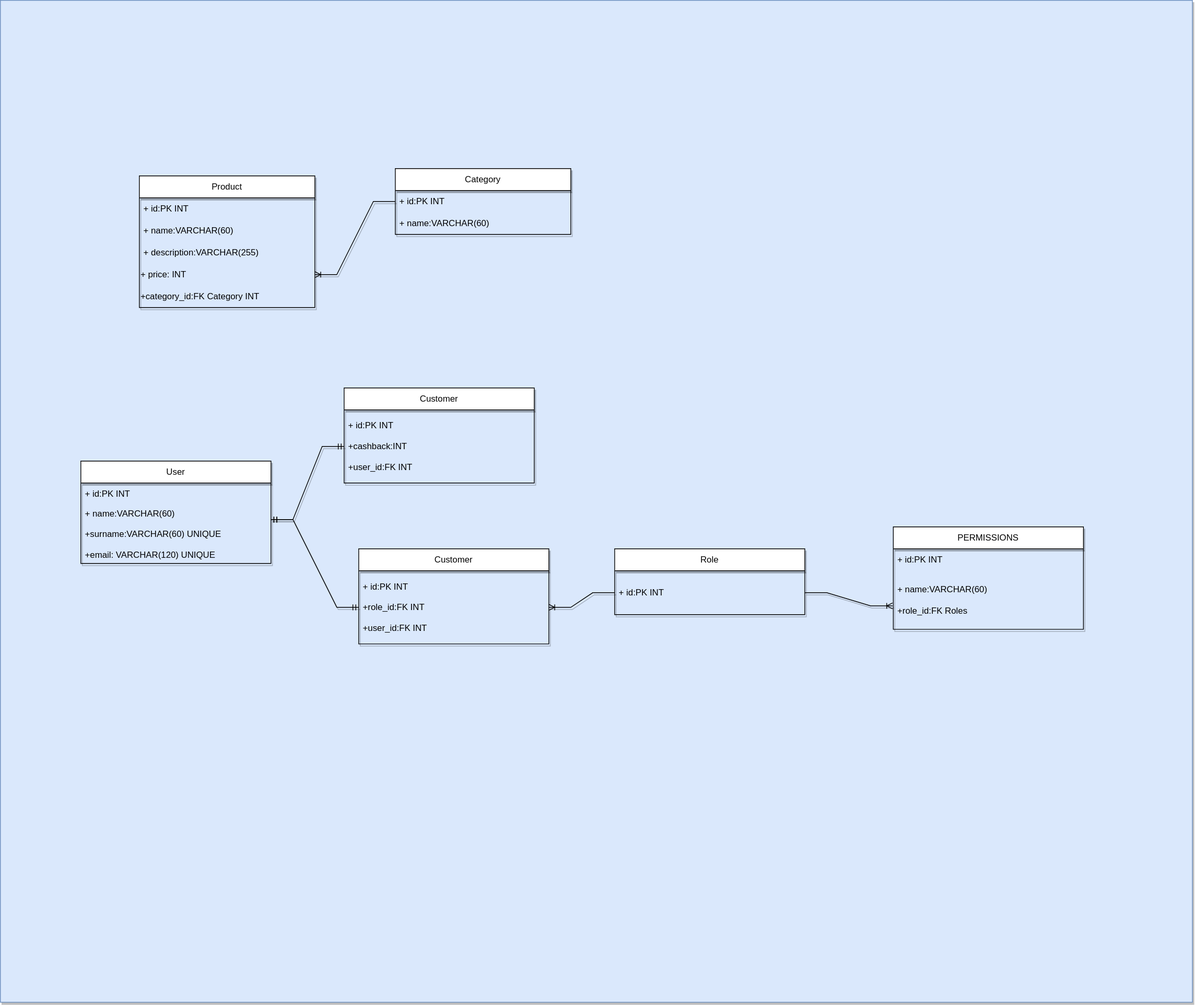
The draw.io diagram diagramma.svg in alua1603/alua-backend-g2, before a commit. Source tidied: cells renumbered, new cells last; positions are measured from the earlier drawing's top-left corner, leaving out a move shared by most shapes.
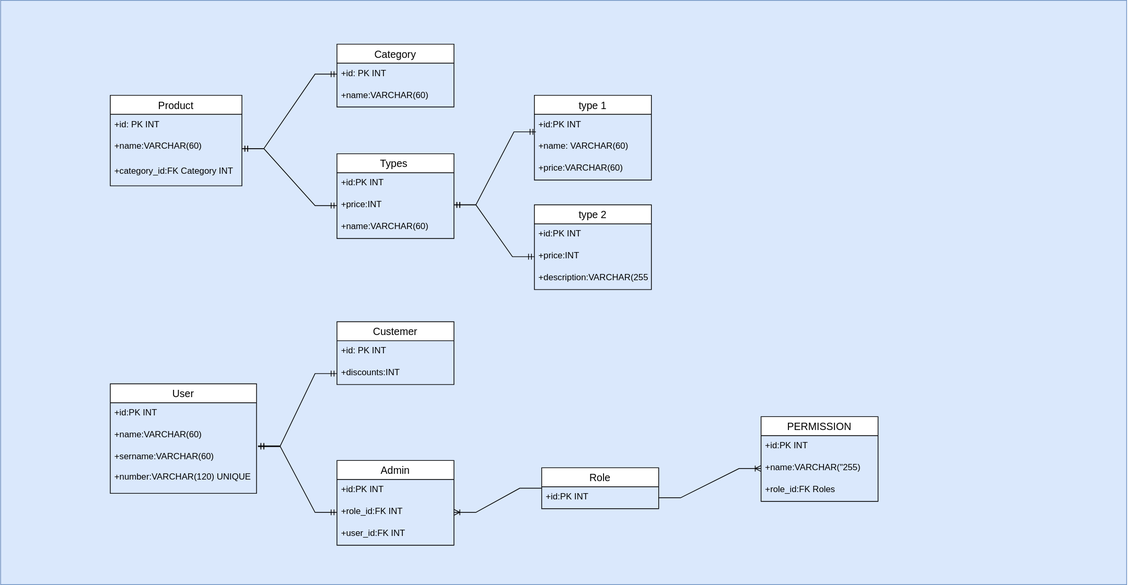
After the change.

Change to the diagram source:
```diff
@@ -2,91 +2,144 @@
   <root>
     <mxCell id="0" />
     <mxCell id="1" parent="0" />
-    <mxCell id="2" style="rounded=0;whiteSpace=wrap;html=1;fillColor=#dae8fc;strokeColor=#6c8ebf;shadow=1;" parent="1" vertex="1">
-      <mxGeometry width="1630" height="1370" as="geometry" />
-    </mxCell>
+    <mxCell id="29" style="rounded=0;whiteSpace=wrap;html=1;fillColor=#dae8fc;strokeColor=#6c8ebf;" parent="1" vertex="1">
+      <mxGeometry x="-50" y="-840" width="1540" height="800" as="geometry" />
+    </mxCell>
-    <mxCell id="3" value="Product" style="swimlane;fontStyle=0;horizontal=1;startSize=30;whiteSpace=wrap;html=1;shadow=1;" parent="1" vertex="1">
-      <mxGeometry x="190" y="240" width="240" height="180" as="geometry" />
+    <mxCell id="3" value="Product" style="swimlane;fontStyle=0;horizontal=1;startSize=26;align=center;fontSize=14;" parent="1" vertex="1">
+      <mxGeometry x="100" y="-710" width="180" height="124" as="geometry" />
     </mxCell>
-    <mxCell id="4" value="+ id:PK INT" style="text;strokeColor=none;fillColor=none;align=left;verticalAlign=middle;spacingLeft=4;spacingRight=4;overflow=hidden;whiteSpace=wrap;html=1;shadow=1;" parent="3" vertex="1">
-      <mxGeometry y="30" width="240" height="30" as="geometry" />
-    </mxCell>
-    <mxCell id="5" value="+ name:VARCHAR(60)" style="text;strokeColor=none;fillColor=none;align=left;verticalAlign=middle;spacingLeft=4;spacingRight=4;overflow=hidden;whiteSpace=wrap;html=1;shadow=1;" parent="3" vertex="1">
-      <mxGeometry y="60" width="240" height="30" as="geometry" />
-    </mxCell>
-    <mxCell id="6" value="+ description:VARCHAR(255)" style="text;strokeColor=none;fillColor=none;align=left;verticalAlign=middle;spacingLeft=4;spacingRight=4;overflow=hidden;whiteSpace=wrap;html=1;shadow=1;" parent="3" vertex="1">
-      <mxGeometry y="90" width="240" height="30" as="geometry" />
-    </mxCell>
-    <mxCell id="7" value="+ price: INT" style="text;strokeColor=none;align=left;fillColor=none;html=1;verticalAlign=middle;whiteSpace=wrap;rounded=0;shadow=1;" parent="3" vertex="1">
-      <mxGeometry y="120" width="240" height="30" as="geometry" />
-    </mxCell>
+    <mxCell id="30" value="+id: PK INT" style="text;strokeColor=none;fillColor=none;spacingLeft=4;spacingRight=4;overflow=hidden;fontSize=12;" parent="3" vertex="1">
+      <mxGeometry y="26" width="180" height="30" as="geometry" />
+    </mxCell>
+    <mxCell id="31" value="+name:VARCHAR(60)&#10;" style="text;strokeColor=none;fillColor=none;spacingLeft=4;spacingRight=4;overflow=hidden;points=[[0,0.5],[1,0.5]];portConstraint=eastwest;fontSize=12;" parent="3" vertex="1">
+      <mxGeometry y="56" width="180" height="34" as="geometry" />
+    </mxCell>
-    <mxCell id="8" value="+category_id:FK Category INT" style="text;strokeColor=none;align=left;fillColor=none;html=1;verticalAlign=middle;whiteSpace=wrap;rounded=0;shadow=1;" parent="3" vertex="1">
-      <mxGeometry y="150" width="240" height="30" as="geometry" />
+    <mxCell id="8" value="+category_id:FK Category INT" style="text;strokeColor=none;fillColor=none;spacingLeft=4;spacingRight=4;overflow=hidden;fontSize=12;" parent="3" vertex="1">
+      <mxGeometry y="90" width="180" height="34" as="geometry" />
     </mxCell>
-    <mxCell id="9" value="Category" style="swimlane;fontStyle=0;horizontal=1;startSize=30;whiteSpace=wrap;html=1;shadow=1;" parent="1" vertex="1">
-      <mxGeometry x="540" y="230" width="240" height="90" as="geometry" />
+    <mxCell id="9" value="Category" style="swimlane;fontStyle=0;horizontal=1;startSize=26;align=center;fontSize=14;" parent="1" vertex="1">
+      <mxGeometry x="410" y="-780" width="160" height="86" as="geometry" />
     </mxCell>
-    <mxCell id="10" value="+ id:PK INT" style="text;strokeColor=none;fillColor=none;align=left;verticalAlign=middle;spacingLeft=4;spacingRight=4;overflow=hidden;points=[[0,0.5],[1,0.5]];portConstraint=eastwest;whiteSpace=wrap;html=1;shadow=1;" parent="9" vertex="1">
-      <mxGeometry y="30" width="240" height="30" as="geometry" />
-    </mxCell>
-    <mxCell id="11" value="+ name:VARCHAR(60)" style="text;strokeColor=none;fillColor=none;align=left;verticalAlign=middle;spacingLeft=4;spacingRight=4;overflow=hidden;whiteSpace=wrap;html=1;shadow=1;" parent="9" vertex="1">
-      <mxGeometry y="60" width="240" height="30" as="geometry" />
-    </mxCell>
-    <mxCell id="12" style="edgeStyle=entityRelationEdgeStyle;fontSize=12;html=1;endArrow=ERoneToMany;rounded=0;elbow=vertical;exitX=0;exitY=0.5;exitDx=0;exitDy=0;shadow=1;" parent="1" edge="1" source="10" target="7">
-      <mxGeometry relative="1" as="geometry" />
-    </mxCell>
+    <mxCell id="32" value="+id: PK INT" style="text;strokeColor=none;fillColor=none;spacingLeft=4;spacingRight=4;overflow=hidden;points=[[0,0.5],[1,0.5]];portConstraint=eastwest;fontSize=12;" parent="9" vertex="1">
+      <mxGeometry y="26" width="160" height="30" as="geometry" />
+    </mxCell>
+    <mxCell id="33" value="+name:VARCHAR(60)" style="text;strokeColor=none;fillColor=none;spacingLeft=4;spacingRight=4;overflow=hidden;fontSize=12;" parent="9" vertex="1">
+      <mxGeometry y="56" width="160" height="30" as="geometry" />
+    </mxCell>
+    <mxCell id="34" value="Types " style="swimlane;fontStyle=0;horizontal=1;startSize=26;align=center;fontSize=14;" parent="1" vertex="1">
+      <mxGeometry x="410" y="-630" width="160" height="116" as="geometry" />
+    </mxCell>
+    <mxCell id="35" value="+id:PK INT" style="text;strokeColor=none;fillColor=none;spacingLeft=4;spacingRight=4;overflow=hidden;fontSize=12;" parent="34" vertex="1">
+      <mxGeometry y="26" width="160" height="30" as="geometry" />
+    </mxCell>
+    <mxCell id="36" value="+price:INT" style="text;strokeColor=none;fillColor=none;spacingLeft=4;spacingRight=4;overflow=hidden;points=[[0,0.5],[1,0.5]];portConstraint=eastwest;fontSize=12;" parent="34" vertex="1">
+      <mxGeometry y="56" width="160" height="30" as="geometry" />
+    </mxCell>
+    <mxCell id="37" value="+name:VARCHAR(60)&#10;&#10;+" style="text;strokeColor=none;fillColor=none;spacingLeft=4;spacingRight=4;overflow=hidden;fontSize=12;" parent="34" vertex="1">
+      <mxGeometry y="86" width="160" height="30" as="geometry" />
+    </mxCell>
+    <mxCell id="38" value="type 1" style="swimlane;fontStyle=0;horizontal=1;startSize=26;align=center;fontSize=14;" parent="1" vertex="1">
+      <mxGeometry x="680" y="-710" width="160" height="116" as="geometry" />
+    </mxCell>
+    <mxCell id="39" value="+id:PK INT" style="text;strokeColor=none;fillColor=none;spacingLeft=4;spacingRight=4;overflow=hidden;points=[[0,0.5],[1,0.5]];portConstraint=eastwest;fontSize=12;" parent="38" vertex="1">
+      <mxGeometry y="26" width="160" height="30" as="geometry" />
+    </mxCell>
+    <mxCell id="40" value="+name: VARCHAR(60)" style="text;strokeColor=none;fillColor=none;spacingLeft=4;spacingRight=4;overflow=hidden;fontSize=12;" parent="38" vertex="1">
+      <mxGeometry y="56" width="160" height="30" as="geometry" />
+    </mxCell>
+    <mxCell id="41" value="+price:VARCHAR(60)" style="text;strokeColor=none;fillColor=none;spacingLeft=4;spacingRight=4;overflow=hidden;fontSize=12;" parent="38" vertex="1">
+      <mxGeometry y="86" width="160" height="30" as="geometry" />
+    </mxCell>
+    <mxCell id="42" value="type 2" style="swimlane;fontStyle=0;horizontal=1;startSize=26;align=center;fontSize=14;" parent="1" vertex="1">
+      <mxGeometry x="680" y="-560" width="160" height="116" as="geometry" />
+    </mxCell>
+    <mxCell id="43" value="+id:PK INT" style="text;strokeColor=none;fillColor=none;spacingLeft=4;spacingRight=4;overflow=hidden;fontSize=12;" parent="42" vertex="1">
+      <mxGeometry y="26" width="160" height="30" as="geometry" />
+    </mxCell>
+    <mxCell id="44" value="+price:INT" style="text;strokeColor=none;fillColor=none;spacingLeft=4;spacingRight=4;overflow=hidden;points=[[0,0.5],[1,0.5]];portConstraint=eastwest;fontSize=12;" parent="42" vertex="1">
+      <mxGeometry y="56" width="160" height="30" as="geometry" />
+    </mxCell>
+    <mxCell id="45" value="+description:VARCHAR(255)" style="text;strokeColor=none;fillColor=none;spacingLeft=4;spacingRight=4;overflow=hidden;fontSize=12;" parent="42" vertex="1">
+      <mxGeometry y="86" width="160" height="30" as="geometry" />
+    </mxCell>
-    <mxCell id="13" value="User" style="swimlane;fontStyle=0;horizontal=1;startSize=30;whiteSpace=wrap;html=1;shadow=1;" parent="1" vertex="1">
-      <mxGeometry x="110" y="630" width="260" height="140" as="geometry" />
+    <mxCell id="13" value="User" style="swimlane;fontStyle=0;horizontal=1;startSize=26;align=center;fontSize=14;" parent="1" vertex="1">
+      <mxGeometry x="100" y="-315" width="200" height="150" as="geometry" />
     </mxCell>
-    <mxCell id="14" value="+ id:PK INT" style="text;strokeColor=none;fillColor=none;align=left;verticalAlign=middle;spacingLeft=4;spacingRight=4;overflow=hidden;whiteSpace=wrap;html=1;shadow=1;" parent="13" vertex="1">
-      <mxGeometry y="30" width="260" height="30" as="geometry" />
-    </mxCell>
-    <mxCell id="15" value="+ name:VARCHAR(60)&lt;br&gt;&lt;br&gt;+surname:VARCHAR(60) UNIQUE&lt;br&gt;&lt;br&gt;+email: VARCHAR(120) UNIQUE" style="text;strokeColor=none;fillColor=none;align=left;verticalAlign=middle;spacingLeft=4;spacingRight=4;overflow=hidden;whiteSpace=wrap;html=1;shadow=1;" parent="13" vertex="1">
-      <mxGeometry y="60" width="260" height="80" as="geometry" />
-    </mxCell>
-    <mxCell id="16" style="edgeStyle=entityRelationEdgeStyle;fontSize=12;html=1;endArrow=ERmandOne;startArrow=ERmandOne;rounded=0;elbow=vertical;shadow=1;" parent="1" edge="1">
-      <mxGeometry relative="1" as="geometry">
-        <mxPoint x="370" y="710" as="sourcePoint" />
-        <mxPoint x="470" y="610" as="targetPoint" />
-      </mxGeometry>
-    </mxCell>
-    <mxCell id="17" value="Customer" style="swimlane;fontStyle=0;horizontal=1;startSize=30;whiteSpace=wrap;html=1;shadow=1;" parent="1" vertex="1">
-      <mxGeometry x="470" y="530" width="260" height="130" as="geometry" />
-    </mxCell>
-    <mxCell id="18" value="+ id:PK INT&lt;br&gt;&lt;br&gt;+cashback:INT&lt;br&gt;&lt;br&gt;+user_id:FK INT" style="text;strokeColor=none;fillColor=none;align=left;verticalAlign=middle;spacingLeft=4;spacingRight=4;overflow=hidden;whiteSpace=wrap;html=1;shadow=1;" parent="17" vertex="1">
-      <mxGeometry y="30" width="260" height="100" as="geometry" />
-    </mxCell>
-    <mxCell id="19" value="Customer" style="swimlane;fontStyle=0;horizontal=1;startSize=30;whiteSpace=wrap;html=1;shadow=1;" parent="1" vertex="1">
-      <mxGeometry x="490" y="750" width="260" height="130" as="geometry" />
-    </mxCell>
-    <mxCell id="20" value="+ id:PK INT&lt;br&gt;&lt;br&gt;+role_id:FK INT&lt;br&gt;&lt;br&gt;+user_id:FK INT" style="text;strokeColor=none;fillColor=none;align=left;verticalAlign=middle;spacingLeft=4;spacingRight=4;overflow=hidden;points=[[0,0.5],[1,0.5]];portConstraint=eastwest;whiteSpace=wrap;html=1;shadow=1;" parent="19" vertex="1">
-      <mxGeometry y="30" width="260" height="100" as="geometry" />
-    </mxCell>
-    <mxCell id="21" style="edgeStyle=entityRelationEdgeStyle;fontSize=12;html=1;endArrow=ERmandOne;startArrow=ERmandOne;rounded=0;elbow=vertical;entryX=0;entryY=0.5;entryDx=0;entryDy=0;shadow=1;" parent="1" edge="1" target="20">
-      <mxGeometry relative="1" as="geometry">
-        <mxPoint x="370" y="710" as="sourcePoint" />
-      </mxGeometry>
-    </mxCell>
+    <mxCell id="46" value="+id:PK INT" style="text;strokeColor=none;fillColor=none;spacingLeft=4;spacingRight=4;overflow=hidden;fontSize=12;" parent="13" vertex="1">
+      <mxGeometry y="26" width="200" height="30" as="geometry" />
+    </mxCell>
+    <mxCell id="47" value="+name:VARCHAR(60)" style="text;strokeColor=none;fillColor=none;spacingLeft=4;spacingRight=4;overflow=hidden;fontSize=12;" parent="13" vertex="1">
+      <mxGeometry y="56" width="200" height="30" as="geometry" />
+    </mxCell>
+    <mxCell id="48" value="+sername:VARCHAR(60)&#10;&#10;+number:VARCHAR(120) UNIQUE" style="text;strokeColor=none;fillColor=none;spacingLeft=4;spacingRight=4;overflow=hidden;points=[[0,0.5],[1,0.5]];portConstraint=eastwest;fontSize=12;" parent="13" vertex="1">
+      <mxGeometry y="86" width="200" height="64" as="geometry" />
+    </mxCell>
+    <mxCell id="49" value="Custemer" style="swimlane;fontStyle=0;horizontal=1;startSize=26;align=center;fontSize=14;" parent="1" vertex="1">
+      <mxGeometry x="410" y="-400" width="160" height="86" as="geometry" />
+    </mxCell>
+    <mxCell id="50" value="+id: PK INT" style="text;strokeColor=none;fillColor=none;spacingLeft=4;spacingRight=4;overflow=hidden;fontSize=12;" parent="49" vertex="1">
+      <mxGeometry y="26" width="160" height="30" as="geometry" />
+    </mxCell>
+    <mxCell id="51" value="+discounts:INT&#10;&#10;" style="text;strokeColor=none;fillColor=none;spacingLeft=4;spacingRight=4;overflow=hidden;points=[[0,0.5],[1,0.5]];portConstraint=eastwest;fontSize=12;" parent="49" vertex="1">
+      <mxGeometry y="56" width="160" height="30" as="geometry" />
+    </mxCell>
+    <mxCell id="52" style="edgeStyle=entityRelationEdgeStyle;fontSize=12;html=1;endArrow=ERmandOne;startArrow=ERmandOne;rounded=0;exitX=1.01;exitY=-0.016;exitDx=0;exitDy=0;exitPerimeter=0;entryX=0;entryY=0.5;entryDx=0;entryDy=0;" parent="1" edge="1" source="48" target="55">
+      <mxGeometry relative="1" as="geometry" />
+    </mxCell>
+    <mxCell id="53" value="Admin" style="swimlane;fontStyle=0;horizontal=1;startSize=26;align=center;fontSize=14;" parent="1" vertex="1">
+      <mxGeometry x="410" y="-210" width="160" height="116" as="geometry" />
+    </mxCell>
+    <mxCell id="54" value="+id:PK INT" style="text;strokeColor=none;fillColor=none;spacingLeft=4;spacingRight=4;overflow=hidden;fontSize=12;" parent="53" vertex="1">
+      <mxGeometry y="26" width="160" height="30" as="geometry" />
+    </mxCell>
+    <mxCell id="55" value="+role_id:FK INT" style="text;strokeColor=none;fillColor=none;spacingLeft=4;spacingRight=4;overflow=hidden;points=[[0,0.5],[1,0.5]];portConstraint=eastwest;fontSize=12;" parent="53" vertex="1">
+      <mxGeometry y="56" width="160" height="30" as="geometry" />
+    </mxCell>
+    <mxCell id="56" value="+user_id:FK INT" style="text;strokeColor=none;fillColor=none;spacingLeft=4;spacingRight=4;overflow=hidden;fontSize=12;" parent="53" vertex="1">
+      <mxGeometry y="86" width="160" height="30" as="geometry" />
+    </mxCell>
+    <mxCell id="57" style="edgeStyle=entityRelationEdgeStyle;fontSize=12;html=1;endArrow=ERmandOne;startArrow=ERmandOne;rounded=0;exitX=1.01;exitY=0;exitDx=0;exitDy=0;exitPerimeter=0;" parent="1" edge="1" source="48" target="51">
+      <mxGeometry relative="1" as="geometry" />
+    </mxCell>
-    <mxCell id="22" value="Role" style="swimlane;fontStyle=0;horizontal=1;startSize=30;whiteSpace=wrap;html=1;shadow=1;" parent="1" vertex="1">
-      <mxGeometry x="840" y="750" width="260" height="90" as="geometry" />
+    <mxCell id="22" value="Role" style="swimlane;fontStyle=0;horizontal=1;startSize=26;align=center;fontSize=14;" parent="1" vertex="1">
+      <mxGeometry x="690" y="-200" width="160" height="56" as="geometry" />
     </mxCell>
-    <mxCell id="23" value="+ id:PK INT&lt;br&gt;" style="text;strokeColor=none;fillColor=none;align=left;verticalAlign=middle;spacingLeft=4;spacingRight=4;overflow=hidden;points=[[0,0.5],[1,0.5]];portConstraint=eastwest;whiteSpace=wrap;html=1;shadow=1;" parent="22" vertex="1">
-      <mxGeometry y="30" width="260" height="60" as="geometry" />
-    </mxCell>
-    <mxCell id="24" style="edgeStyle=entityRelationEdgeStyle;fontSize=12;html=1;endArrow=ERoneToMany;rounded=0;elbow=vertical;shadow=1;" parent="1" edge="1" source="23" target="20">
-      <mxGeometry relative="1" as="geometry" />
-    </mxCell>
-    <mxCell id="25" value="PERMISSIONS" style="swimlane;fontStyle=0;horizontal=1;startSize=30;whiteSpace=wrap;html=1;shadow=1;" parent="1" vertex="1">
-      <mxGeometry x="1221" y="720" width="260" height="140" as="geometry" />
-    </mxCell>
-    <mxCell id="26" value="+ id:PK INT" style="text;strokeColor=none;fillColor=none;align=left;verticalAlign=middle;spacingLeft=4;spacingRight=4;overflow=hidden;whiteSpace=wrap;html=1;shadow=1;" parent="25" vertex="1">
-      <mxGeometry y="30" width="260" height="30" as="geometry" />
-    </mxCell>
-    <mxCell id="27" value="+ name:VARCHAR(60)&lt;br&gt;&lt;br&gt;+role_id:FK Roles" style="text;strokeColor=none;fillColor=none;align=left;verticalAlign=middle;spacingLeft=4;spacingRight=4;overflow=hidden;points=[[0,0.5],[1,0.5]];portConstraint=eastwest;whiteSpace=wrap;html=1;shadow=1;" parent="25" vertex="1">
-      <mxGeometry y="60" width="260" height="80" as="geometry" />
-    </mxCell>
-    <mxCell id="28" style="edgeStyle=entityRelationEdgeStyle;fontSize=12;html=1;endArrow=ERoneToMany;rounded=0;elbow=vertical;entryX=-0.004;entryY=0.6;entryDx=0;entryDy=0;entryPerimeter=0;exitX=1;exitY=0.5;exitDx=0;exitDy=0;shadow=1;" parent="1" edge="1" source="23" target="27">
-      <mxGeometry relative="1" as="geometry" />
-    </mxCell>
+    <mxCell id="58" value="+id:PK INT" style="text;strokeColor=none;fillColor=none;spacingLeft=4;spacingRight=4;overflow=hidden;points=[[0,0.5],[1,0.5]];portConstraint=eastwest;fontSize=12;" parent="22" vertex="1">
+      <mxGeometry y="26" width="160" height="30" as="geometry" />
+    </mxCell>
+    <mxCell id="59" value="PERMISSION" style="swimlane;fontStyle=0;horizontal=1;startSize=26;align=center;fontSize=14;" parent="1" vertex="1">
+      <mxGeometry x="990" y="-270" width="160" height="116" as="geometry" />
+    </mxCell>
+    <mxCell id="60" value="+id:PK INT" style="text;strokeColor=none;fillColor=none;spacingLeft=4;spacingRight=4;overflow=hidden;fontSize=12;" parent="59" vertex="1">
+      <mxGeometry y="26" width="160" height="30" as="geometry" />
+    </mxCell>
+    <mxCell id="61" value="+name:VARCHAR(&quot;255)" style="text;strokeColor=none;fillColor=none;spacingLeft=4;spacingRight=4;overflow=hidden;points=[[0,0.5],[1,0.5]];portConstraint=eastwest;fontSize=12;" parent="59" vertex="1">
+      <mxGeometry y="56" width="160" height="30" as="geometry" />
+    </mxCell>
+    <mxCell id="62" value="+role_id:FK Roles" style="text;strokeColor=none;fillColor=none;spacingLeft=4;spacingRight=4;overflow=hidden;fontSize=12;" parent="59" vertex="1">
+      <mxGeometry y="86" width="160" height="30" as="geometry" />
+    </mxCell>
+    <mxCell id="63" style="edgeStyle=entityRelationEdgeStyle;fontSize=12;html=1;endArrow=ERmandOne;startArrow=ERmandOne;rounded=0;exitX=1;exitY=0.5;exitDx=0;exitDy=0;entryX=0;entryY=0.5;entryDx=0;entryDy=0;" parent="1" edge="1" source="31" target="32">
+      <mxGeometry relative="1" as="geometry" />
+    </mxCell>
+    <mxCell id="64" style="edgeStyle=entityRelationEdgeStyle;fontSize=12;html=1;endArrow=ERmandOne;startArrow=ERmandOne;rounded=0;entryX=0;entryY=0.5;entryDx=0;entryDy=0;" parent="1" edge="1" source="31" target="36">
+      <mxGeometry relative="1" as="geometry" />
+    </mxCell>
+    <mxCell id="65" style="edgeStyle=entityRelationEdgeStyle;fontSize=12;html=1;endArrow=ERmandOne;startArrow=ERmandOne;rounded=0;entryX=0;entryY=0.5;entryDx=0;entryDy=0;" parent="1" edge="1" target="44">
+      <mxGeometry relative="1" as="geometry">
+        <mxPoint x="570" y="-560" as="sourcePoint" />
+      </mxGeometry>
+    </mxCell>
+    <mxCell id="66" style="edgeStyle=entityRelationEdgeStyle;fontSize=12;html=1;endArrow=ERmandOne;startArrow=ERmandOne;rounded=0;entryX=0.013;entryY=0.8;entryDx=0;entryDy=0;entryPerimeter=0;" parent="1" edge="1" target="39">
+      <mxGeometry relative="1" as="geometry">
+        <mxPoint x="570" y="-560" as="sourcePoint" />
+      </mxGeometry>
+    </mxCell>
+    <mxCell id="67" style="edgeStyle=entityRelationEdgeStyle;fontSize=12;html=1;endArrow=ERoneToMany;rounded=0;entryX=1;entryY=0.5;entryDx=0;entryDy=0;exitX=0;exitY=0.5;exitDx=0;exitDy=0;" parent="1" edge="1" source="22" target="55">
+      <mxGeometry relative="1" as="geometry" />
+    </mxCell>
+    <mxCell id="68" style="edgeStyle=entityRelationEdgeStyle;fontSize=12;html=1;endArrow=ERoneToMany;rounded=0;exitX=1;exitY=0.5;exitDx=0;exitDy=0;" parent="1" edge="1" source="58" target="61">
+      <mxGeometry relative="1" as="geometry" />
+    </mxCell>
   </root>
 </mxGraphModel>
```
